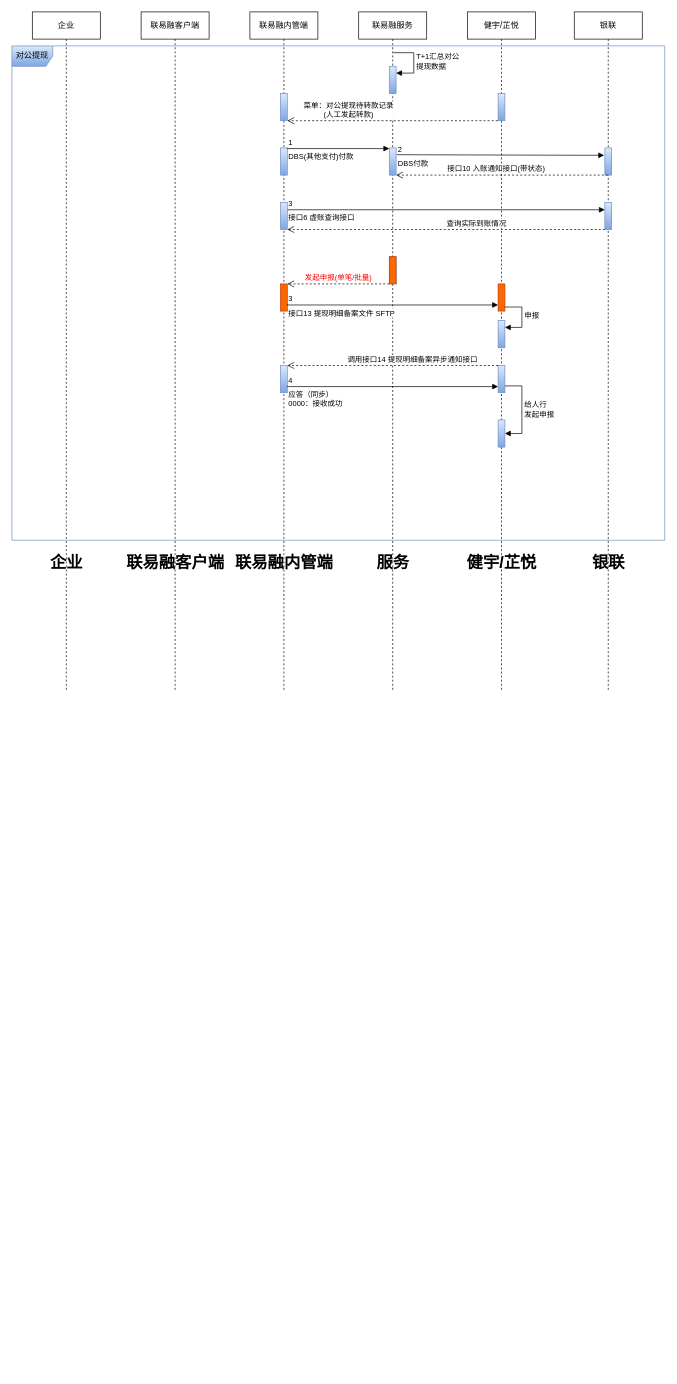
The draw.io diagram LLSI/银联批量对公还原申报.drawio in 0573xieguojia/To-program, before the edit. Source tidied: cells renumbered, new cells numbered last; positions are measured from the earlier drawing's top-left corner, leaving out a move shared by most shapes. Both pictures are drawn from the tidied source at 68%, with x=0, y=0 at pixel (12, 12).
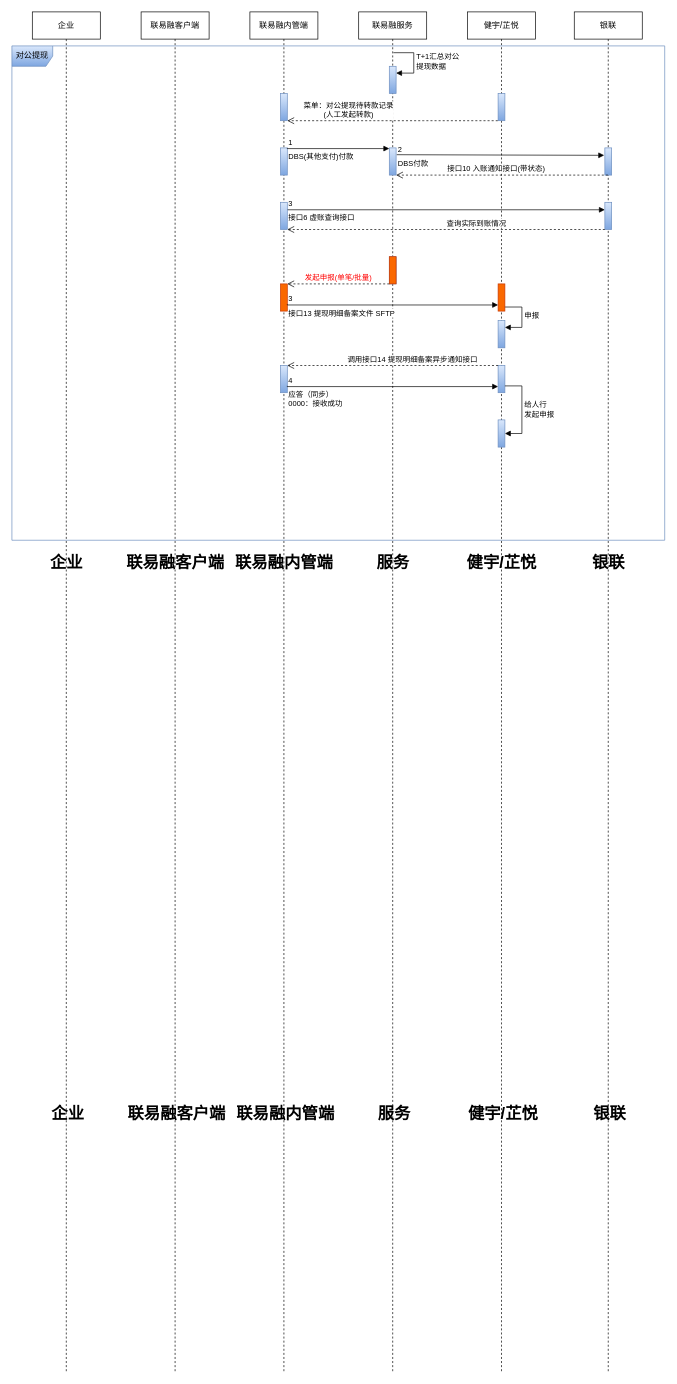
After the change.

Commit message:
更新银联批量对公还原申报.drawio

The edit, as a diff of the source:
```diff
@@
     <mxCell id="2" value="企业" style="shape=umlLifeline;perimeter=lifelinePerimeter;whiteSpace=wrap;html=1;newEdgeStyle={&quot;edgeStyle&quot;:&quot;elbowEdgeStyle&quot;,&quot;elbow&quot;:&quot;vertical&quot;,&quot;curved&quot;:0,&quot;rounded&quot;:0};" parent="1" vertex="1">
-      <mxGeometry x="30" width="100" height="1000" as="geometry" />
+      <mxGeometry x="30" width="100" height="2000" as="geometry" />
     </mxCell>
     <mxCell id="3" value="联易融客户端" style="shape=umlLifeline;perimeter=lifelinePerimeter;whiteSpace=wrap;html=1;newEdgeStyle={&quot;edgeStyle&quot;:&quot;elbowEdgeStyle&quot;,&quot;elbow&quot;:&quot;vertical&quot;,&quot;curved&quot;:0,&quot;rounded&quot;:0};" parent="1" vertex="1">
-      <mxGeometry x="190" width="100" height="1000" as="geometry" />
+      <mxGeometry x="190" width="100" height="2000" as="geometry" />
     </mxCell>
     <mxCell id="4" value="联易融内管端" style="shape=umlLifeline;perimeter=lifelinePerimeter;whiteSpace=wrap;html=1;newEdgeStyle={&quot;edgeStyle&quot;:&quot;elbowEdgeStyle&quot;,&quot;elbow&quot;:&quot;vertical&quot;,&quot;curved&quot;:0,&quot;rounded&quot;:0};" parent="1" vertex="1">
-      <mxGeometry x="350" width="100" height="1000" as="geometry" />
+      <mxGeometry x="350" width="100" height="2000" as="geometry" />
     </mxCell>
@@
     <mxCell id="6" value="联易融服务" style="shape=umlLifeline;perimeter=lifelinePerimeter;whiteSpace=wrap;html=1;newEdgeStyle={&quot;edgeStyle&quot;:&quot;elbowEdgeStyle&quot;,&quot;elbow&quot;:&quot;vertical&quot;,&quot;curved&quot;:0,&quot;rounded&quot;:0};" parent="1" vertex="1">
-      <mxGeometry x="510" width="100" height="1000" as="geometry" />
+      <mxGeometry x="510" width="100" height="2000" as="geometry" />
     </mxCell>
@@
     <mxCell id="9" value="健宇/芷悦" style="shape=umlLifeline;perimeter=lifelinePerimeter;whiteSpace=wrap;html=1;newEdgeStyle={&quot;edgeStyle&quot;:&quot;elbowEdgeStyle&quot;,&quot;elbow&quot;:&quot;vertical&quot;,&quot;curved&quot;:0,&quot;rounded&quot;:0};" parent="1" vertex="1">
-      <mxGeometry x="670" width="100" height="1000" as="geometry" />
+      <mxGeometry x="670" width="100" height="2000" as="geometry" />
     </mxCell>
@@
     <mxCell id="27" value="银联" style="shape=umlLifeline;perimeter=lifelinePerimeter;whiteSpace=wrap;html=1;outlineConnect=0;portConstraint=eastwest;newEdgeStyle={&quot;edgeStyle&quot;:&quot;elbowEdgeStyle&quot;,&quot;elbow&quot;:&quot;vertical&quot;,&quot;curved&quot;:0,&quot;rounded&quot;:0};" parent="1" vertex="1">
-      <mxGeometry x="827" width="100" height="1000" as="geometry" />
+      <mxGeometry x="827" width="100" height="2000" as="geometry" />
     </mxCell>
@@
+    <mxCell id="49" value="企业" style="text;strokeColor=none;fillColor=none;html=1;fontSize=24;fontStyle=1;verticalAlign=middle;align=center;" parent="1" vertex="1">
+      <mxGeometry x="31.5" y="1600" width="100" height="40" as="geometry" />
+    </mxCell>
+    <mxCell id="50" value="联易融客户端" style="text;strokeColor=none;fillColor=none;html=1;fontSize=24;fontStyle=1;verticalAlign=middle;align=center;" parent="1" vertex="1">
+      <mxGeometry x="191.5" y="1600" width="100" height="40" as="geometry" />
+    </mxCell>
+    <mxCell id="51" value="联易融内管端" style="text;strokeColor=none;fillColor=none;html=1;fontSize=24;fontStyle=1;verticalAlign=middle;align=center;" parent="1" vertex="1">
+      <mxGeometry x="351.5" y="1600" width="100" height="40" as="geometry" />
+    </mxCell>
+    <mxCell id="52" value="服务" style="text;strokeColor=none;fillColor=none;html=1;fontSize=24;fontStyle=1;verticalAlign=middle;align=center;" parent="1" vertex="1">
+      <mxGeometry x="511.5" y="1600" width="100" height="40" as="geometry" />
+    </mxCell>
+    <mxCell id="53" value="健宇/芷悦" style="text;strokeColor=none;fillColor=none;html=1;fontSize=24;fontStyle=1;verticalAlign=middle;align=center;" parent="1" vertex="1">
+      <mxGeometry x="671.5" y="1600" width="100" height="40" as="geometry" />
+    </mxCell>
+    <mxCell id="54" value="银联" style="text;strokeColor=none;fillColor=none;html=1;fontSize=24;fontStyle=1;verticalAlign=middle;align=center;" parent="1" vertex="1">
+      <mxGeometry x="828.5" y="1600" width="100" height="40" as="geometry" />
+    </mxCell>
```
